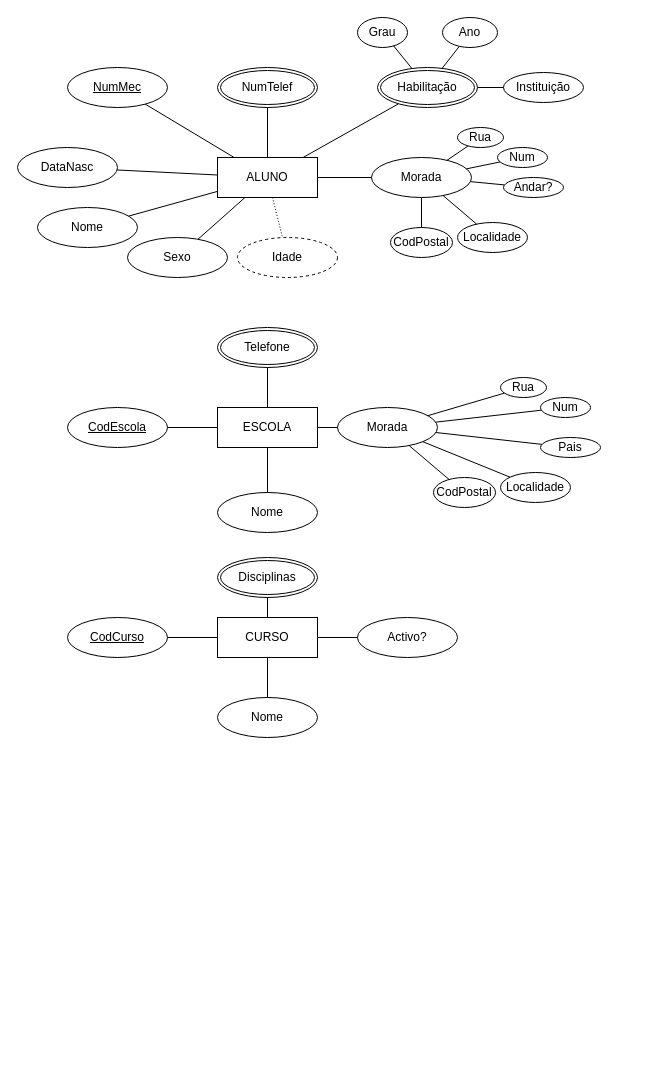
a14469oficina/Diagrama keeps this draw.io diagram as Diagrama_escolar.drawio. Above is the earlier version. Source tidied: cells renumbered, new cells numbered last; positions are measured from the earlier drawing's top-left corner, leaving out a move shared by most shapes. Both pictures are drawn from the tidied source at 100%, with x=0, y=0 at pixel (17, 17).
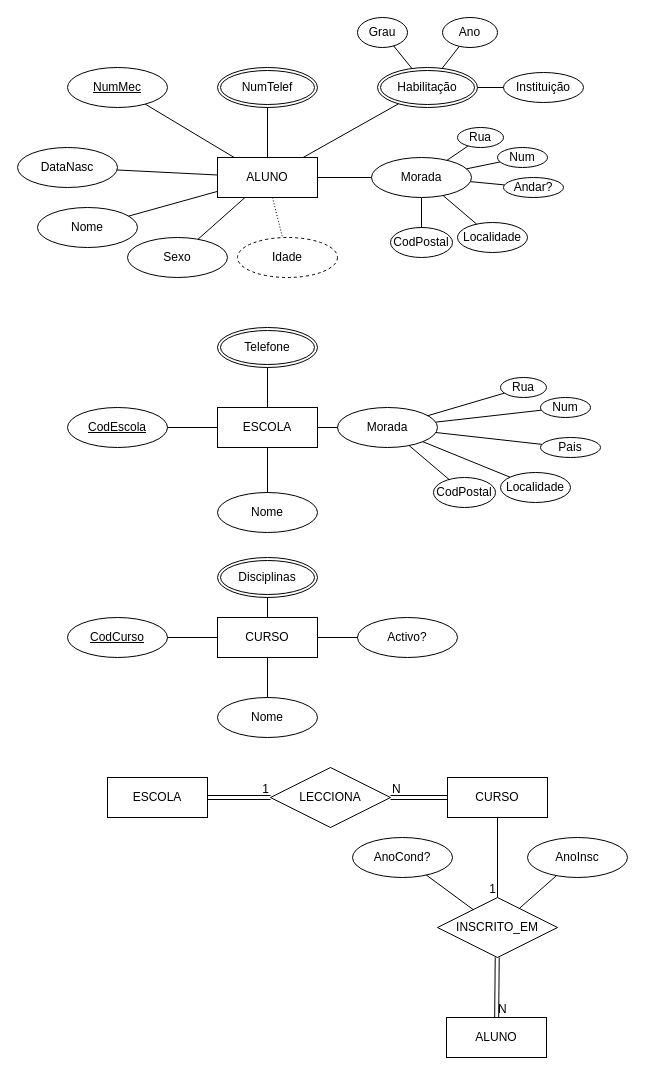
Above is the later version.

Change to the diagram source:
```diff
@@
+    <mxCell id="63" value="LECCIONA" style="shape=rhombus;perimeter=rhombusPerimeter;whiteSpace=wrap;html=1;align=center;" parent="1" vertex="1">
+      <mxGeometry x="253" y="750" width="120" height="60" as="geometry" />
+    </mxCell>
+    <mxCell id="64" value="ESCOLA" style="whiteSpace=wrap;html=1;align=center;" parent="1" vertex="1">
+      <mxGeometry x="90" y="760" width="100" height="40" as="geometry" />
+    </mxCell>
+    <mxCell id="65" value="CURSO" style="whiteSpace=wrap;html=1;align=center;" parent="1" vertex="1">
+      <mxGeometry x="430" y="760" width="100" height="40" as="geometry" />
+    </mxCell>
+    <mxCell id="66" value="INSCRITO_EM" style="shape=rhombus;perimeter=rhombusPerimeter;whiteSpace=wrap;html=1;align=center;" parent="1" vertex="1">
+      <mxGeometry x="420" y="880" width="120" height="60" as="geometry" />
+    </mxCell>
+    <mxCell id="67" value="ALUNO" style="whiteSpace=wrap;html=1;align=center;" parent="1" vertex="1">
+      <mxGeometry x="429" y="1000" width="100" height="40" as="geometry" />
+    </mxCell>
+    <mxCell id="68" style="shape=link;html=1;rounded=0;" parent="1" edge="1" source="64" target="63">
+      <mxGeometry relative="1" as="geometry" />
+    </mxCell>
+    <mxCell id="69" value="1" style="html=1;whiteSpace=wrap;align=right;verticalAlign=bottom;" parent="68" vertex="1">
+      <mxGeometry x="1" relative="1" as="geometry" />
+    </mxCell>
+    <mxCell id="70" style="shape=link;html=1;rounded=0;" parent="1" edge="1" source="63" target="65">
+      <mxGeometry relative="1" as="geometry" />
+    </mxCell>
+    <mxCell id="71" value="N" style="html=1;whiteSpace=wrap;align=left;verticalAlign=bottom;" parent="70" vertex="1">
+      <mxGeometry x="-1" relative="1" as="geometry" />
+    </mxCell>
+    <mxCell id="72" style="shape=link;html=1;rounded=0;" parent="1" edge="1" source="67" target="66">
+      <mxGeometry relative="1" as="geometry" />
+    </mxCell>
+    <mxCell id="73" value="N" style="html=1;whiteSpace=wrap;align=left;verticalAlign=bottom;" parent="72" vertex="1">
+      <mxGeometry x="-1" relative="1" as="geometry" />
+    </mxCell>
+    <mxCell id="74" value="AnoInsc" style="ellipse;whiteSpace=wrap;html=1;align=center;" parent="1" vertex="1">
+      <mxGeometry x="510" y="820" width="100" height="40" as="geometry" />
+    </mxCell>
+    <mxCell id="75" value="AnoCond?" style="ellipse;whiteSpace=wrap;html=1;align=center;" parent="1" vertex="1">
+      <mxGeometry x="335" y="820" width="100" height="40" as="geometry" />
+    </mxCell>
+    <mxCell id="76" style="endArrow=none;html=1;rounded=0;" parent="1" edge="1" source="74" target="66">
+      <mxGeometry relative="1" as="geometry" />
+    </mxCell>
+    <mxCell id="77" style="endArrow=none;html=1;rounded=0;" parent="1" edge="1" source="66" target="75">
+      <mxGeometry relative="1" as="geometry" />
+    </mxCell>
+    <mxCell id="78" style="endArrow=none;html=1;rounded=0;" parent="1" edge="1" source="65" target="66">
+      <mxGeometry relative="1" as="geometry" />
+    </mxCell>
+    <mxCell id="79" value="1" style="html=1;whiteSpace=wrap;align=right;verticalAlign=bottom;" parent="78" vertex="1">
+      <mxGeometry x="1" relative="1" as="geometry" />
+    </mxCell>
```
